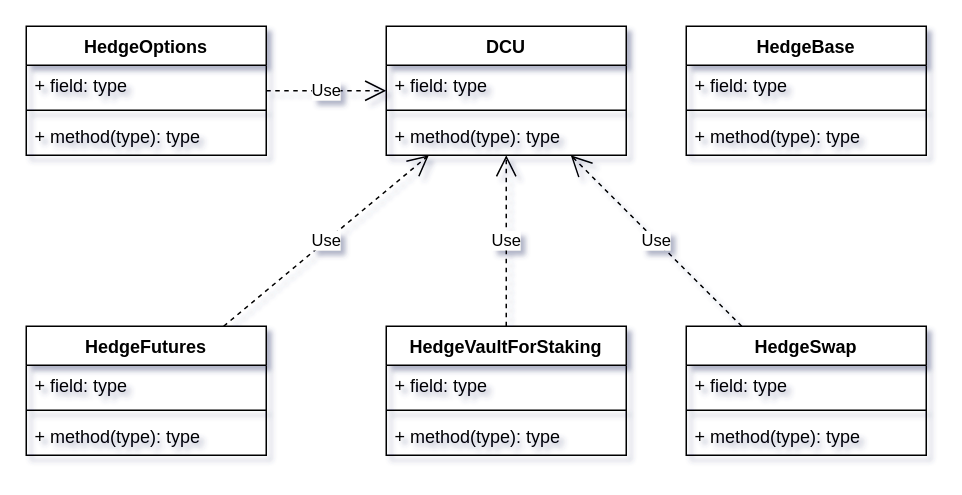
The draw.io diagram docs/structure.drawio in NEST-Protocol/NEST-PVM-V1.0, before the edit. Source tidied: cells renumbered, new cells numbered last; positions are measured from the earlier drawing's top-left corner, leaving out a move shared by most shapes. Both pictures are drawn from the tidied source at 150%, with x=0, y=0 at pixel (26, 26).
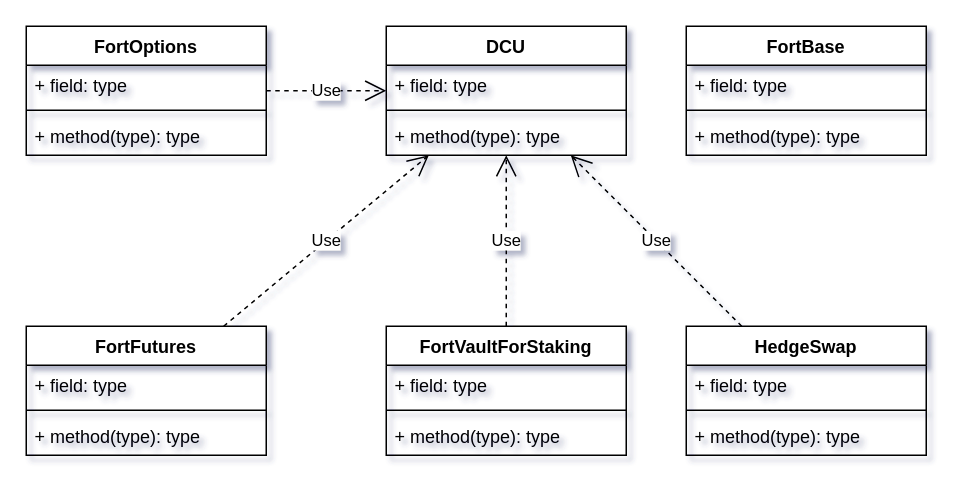
After the change.

Change to the diagram source:
```diff
@@
-    <mxCell id="6" value="HedgeFutures" style="swimlane;fontStyle=1;align=center;verticalAlign=top;horizontal=1;startSize=26;" parent="1" vertex="1">
+    <mxCell id="6" value="FortFutures" style="swimlane;fontStyle=1;align=center;verticalAlign=top;horizontal=1;startSize=26;" parent="1" vertex="1">
       <mxGeometry y="200" width="160" height="86" as="geometry" />
     </mxCell>
@@
-    <mxCell id="10" value="HedgeOptions" style="swimlane;fontStyle=1;align=center;verticalAlign=top;horizontal=1;startSize=26;" parent="1" vertex="1">
+    <mxCell id="10" value="FortOptions" style="swimlane;fontStyle=1;align=center;verticalAlign=top;horizontal=1;startSize=26;" parent="1" vertex="1">
       <mxGeometry width="160" height="86" as="geometry" />
     </mxCell>
@@
-    <mxCell id="18" value="HedgeBase" style="swimlane;fontStyle=1;align=center;verticalAlign=top;horizontal=1;startSize=26;" parent="1" vertex="1">
+    <mxCell id="18" value="FortBase" style="swimlane;fontStyle=1;align=center;verticalAlign=top;horizontal=1;startSize=26;" parent="1" vertex="1">
       <mxGeometry x="440" width="160" height="86" as="geometry" />
     </mxCell>
@@
-    <mxCell id="22" value="HedgeVaultForStaking" style="swimlane;fontStyle=1;align=center;verticalAlign=top;horizontal=1;startSize=26;" parent="1" vertex="1">
+    <mxCell id="22" value="FortVaultForStaking" style="swimlane;fontStyle=1;align=center;verticalAlign=top;horizontal=1;startSize=26;" parent="1" vertex="1">
       <mxGeometry x="240" y="200" width="160" height="86" as="geometry" />
     </mxCell>
```
